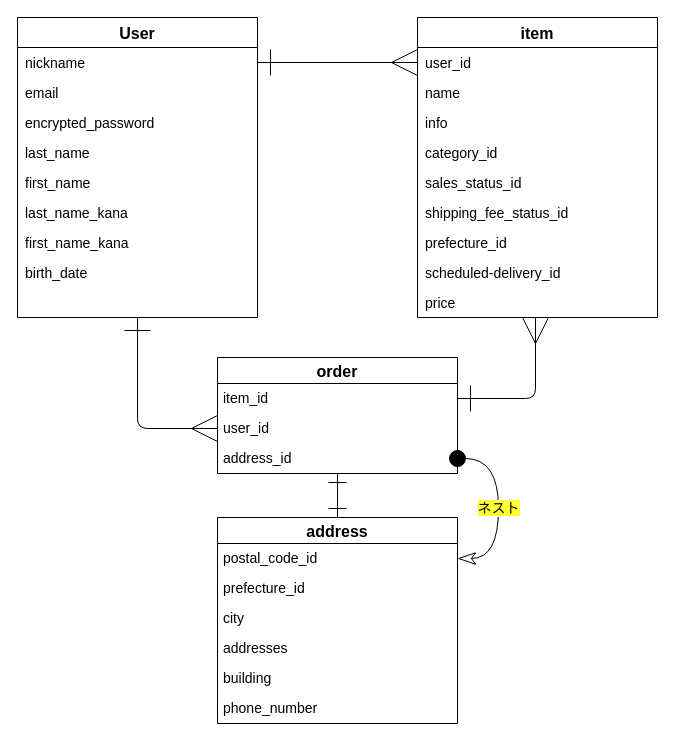
Before: furima.dio in miyazawa220618/furima-38168, a draw.io diagram. Source tidied: cells renumbered, new cells numbered last; positions are measured from the earlier drawing's top-left corner, leaving out a move shared by most shapes. Both pictures are drawn from the tidied source at 100%, with x=0, y=0 at pixel (17, 17).
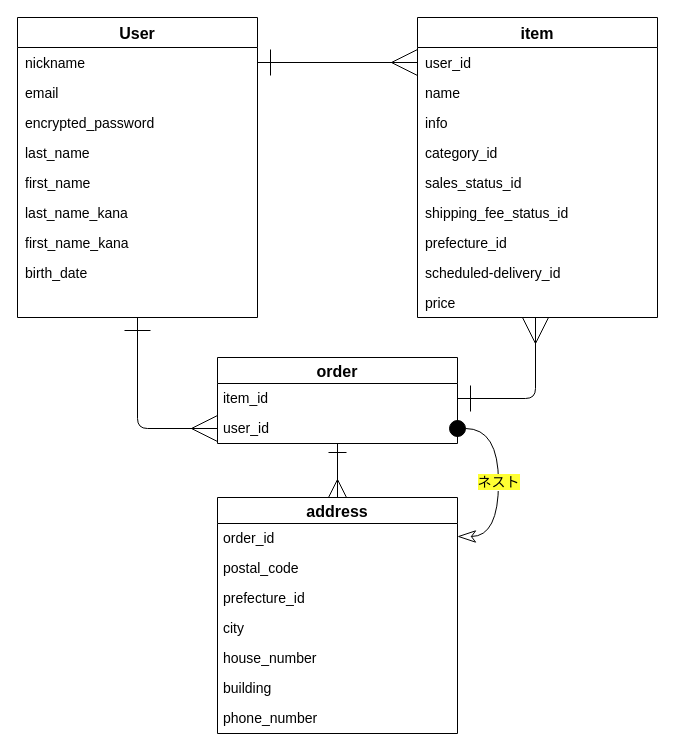
The same page after the edit.

Commit message (it also covers changes not shown here):
ER図/README作成［再修正］

ActivHash時のデータ型「integer」/一度の注文で複数商品は買えない仕様/外部キーは親ではなく子テーブルに記載する

Unchanged cells that the change refers to:
```xml
<mxCell id="42" value="user_id" style="text;strokeColor=none;fillColor=none;spacingLeft=4;spacingRight=4;overflow=hidden;points=[[0,0.5],[1,0.5]];portConstraint=eastwest;fontSize=14;" parent="40" vertex="1">
  <mxGeometry y="56" width="240" height="30" as="geometry" />
</mxCell>
```

Change to the diagram source:
```diff
@@
-    <mxCell id="39" style="edgeStyle=none;html=1;exitX=0.5;exitY=1;exitDx=0;exitDy=0;entryX=0.5;entryY=0;entryDx=0;entryDy=0;startArrow=ERone;startFill=0;endArrow=ERone;endFill=0;endSize=16;startSize=16;" parent="1" edge="1" source="40" target="46">
+    <mxCell id="39" style="edgeStyle=none;html=1;exitX=0.5;exitY=1;exitDx=0;exitDy=0;entryX=0.5;entryY=0;entryDx=0;entryDy=0;startArrow=ERone;startFill=0;endArrow=ERmany;endFill=0;endSize=16;startSize=16;" parent="1" edge="1" source="40" target="46">
       <mxGeometry relative="1" as="geometry" />
     </mxCell>
     <mxCell id="40" value="order" style="swimlane;fontStyle=1;horizontal=1;startSize=26;align=center;fontSize=16;" parent="1" vertex="1">
-      <mxGeometry x="200" y="340" width="240" height="116" as="geometry" />
+      <mxGeometry x="200" y="340" width="240" height="86" as="geometry" />
     </mxCell>
@@
-    <mxCell id="43" value="address_id" style="text;strokeColor=none;fillColor=none;spacingLeft=4;spacingRight=4;overflow=hidden;points=[[0,0.5],[1,0.5]];portConstraint=eastwest;fontSize=14;" parent="40" vertex="1">
-      <mxGeometry y="86" width="240" height="30" as="geometry" />
-    </mxCell>
@@
     <mxCell id="46" value="address" style="swimlane;fontStyle=1;horizontal=1;startSize=26;align=center;fontSize=16;" parent="1" vertex="1">
-      <mxGeometry x="200" y="500" width="240" height="206" as="geometry" />
+      <mxGeometry x="200" y="480" width="240" height="236" as="geometry" />
     </mxCell>
-    <mxCell id="47" value="postal_code_id" style="text;strokeColor=none;fillColor=none;spacingLeft=4;spacingRight=4;overflow=hidden;fontSize=14;" parent="46" vertex="1">
+    <mxCell id="47" value="order_id" style="text;strokeColor=none;fillColor=none;spacingLeft=4;spacingRight=4;overflow=hidden;fontSize=14;" parent="46" vertex="1">
       <mxGeometry y="26" width="240" height="30" as="geometry" />
     </mxCell>
+    <mxCell id="54" value="postal_code" style="text;strokeColor=none;fillColor=none;spacingLeft=4;spacingRight=4;overflow=hidden;fontSize=14;" parent="46" vertex="1">
+      <mxGeometry y="56" width="240" height="30" as="geometry" />
+    </mxCell>
     <mxCell id="48" value="prefecture_id" style="text;strokeColor=none;fillColor=none;spacingLeft=4;spacingRight=4;overflow=hidden;fontSize=14;" parent="46" vertex="1">
-      <mxGeometry y="56" width="240" height="30" as="geometry" />
+      <mxGeometry y="86" width="240" height="30" as="geometry" />
     </mxCell>
     <mxCell id="49" value="city" style="text;strokeColor=none;fillColor=none;spacingLeft=4;spacingRight=4;overflow=hidden;fontSize=14;" parent="46" vertex="1">
-      <mxGeometry y="86" width="240" height="30" as="geometry" />
+      <mxGeometry y="116" width="240" height="30" as="geometry" />
     </mxCell>
-    <mxCell id="50" value="addresses" style="text;strokeColor=none;fillColor=none;spacingLeft=4;spacingRight=4;overflow=hidden;fontSize=14;" parent="46" vertex="1">
-      <mxGeometry y="116" width="240" height="30" as="geometry" />
+    <mxCell id="50" value="house_number" style="text;strokeColor=none;fillColor=none;spacingLeft=4;spacingRight=4;overflow=hidden;fontSize=14;" parent="46" vertex="1">
+      <mxGeometry y="146" width="240" height="30" as="geometry" />
     </mxCell>
     <mxCell id="51" value="building" style="text;strokeColor=none;fillColor=none;spacingLeft=4;spacingRight=4;overflow=hidden;fontSize=14;" parent="46" vertex="1">
-      <mxGeometry y="146" width="240" height="30" as="geometry" />
+      <mxGeometry y="176" width="240" height="30" as="geometry" />
     </mxCell>
     <mxCell id="52" value="phone_number" style="text;strokeColor=none;fillColor=none;spacingLeft=4;spacingRight=4;overflow=hidden;fontSize=14;" parent="46" vertex="1">
-      <mxGeometry y="176" width="240" height="30" as="geometry" />
+      <mxGeometry y="206" width="240" height="30" as="geometry" />
     </mxCell>
-    <mxCell id="53" value="&lt;font style=&quot;font-size: 14px ; background-color: rgb(255 , 255 , 51)&quot; color=&quot;#000000&quot;&gt;ネスト&lt;/font&gt;" style="edgeStyle=orthogonalEdgeStyle;curved=1;html=1;exitX=1;exitY=0.5;exitDx=0;exitDy=0;entryX=1;entryY=0.5;entryDx=0;entryDy=0;startArrow=oval;startFill=1;endArrow=classicThin;endFill=0;startSize=16;endSize=16;" parent="1" edge="1" source="43">
+    <mxCell id="53" value="&lt;font style=&quot;font-size: 14px ; background-color: rgb(255 , 255 , 51)&quot; color=&quot;#000000&quot;&gt;ネスト&lt;/font&gt;" style="edgeStyle=orthogonalEdgeStyle;curved=1;html=1;exitX=1;exitY=0.5;exitDx=0;exitDy=0;entryX=1;entryY=0.5;entryDx=0;entryDy=0;startArrow=oval;startFill=1;endArrow=classicThin;endFill=0;startSize=16;endSize=16;" parent="1" edge="1" source="42">
       <mxGeometry relative="1" as="geometry">
-        <mxPoint x="440" y="541" as="targetPoint" />
+        <mxPoint x="440" y="519" as="targetPoint" />
         <Array as="points">
-          <mxPoint x="481" y="441" />
-          <mxPoint x="481" y="541" />
+          <mxPoint x="481" y="411" />
+          <mxPoint x="481" y="519" />
         </Array>
       </mxGeometry>
     </mxCell>
```
